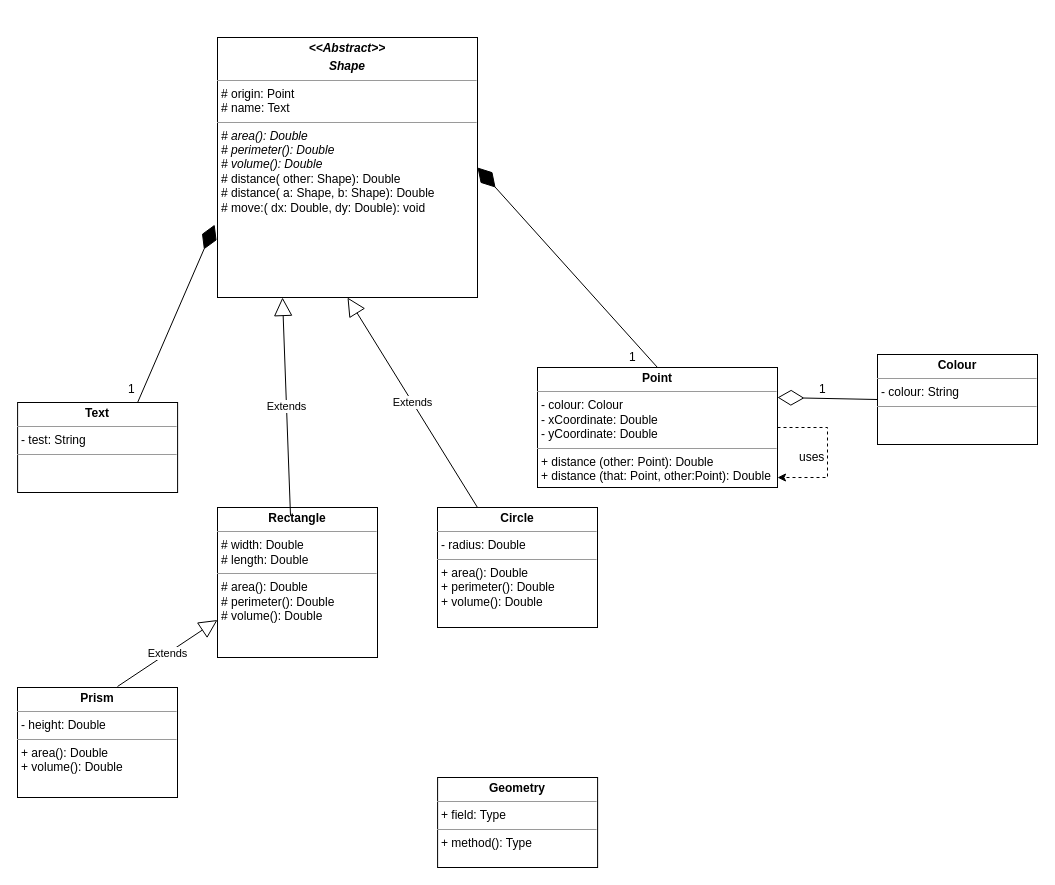
This is Ex1_Lab_04.drawio from Ensf607/Lab_04, a draw.io file, before an edit. Source tidied: cells renumbered, new cells numbered last; positions are measured from the earlier drawing's top-left corner, leaving out a move shared by most shapes. Both pictures are drawn from the tidied source at 100%, with x=0, y=0 at pixel (17, 37).
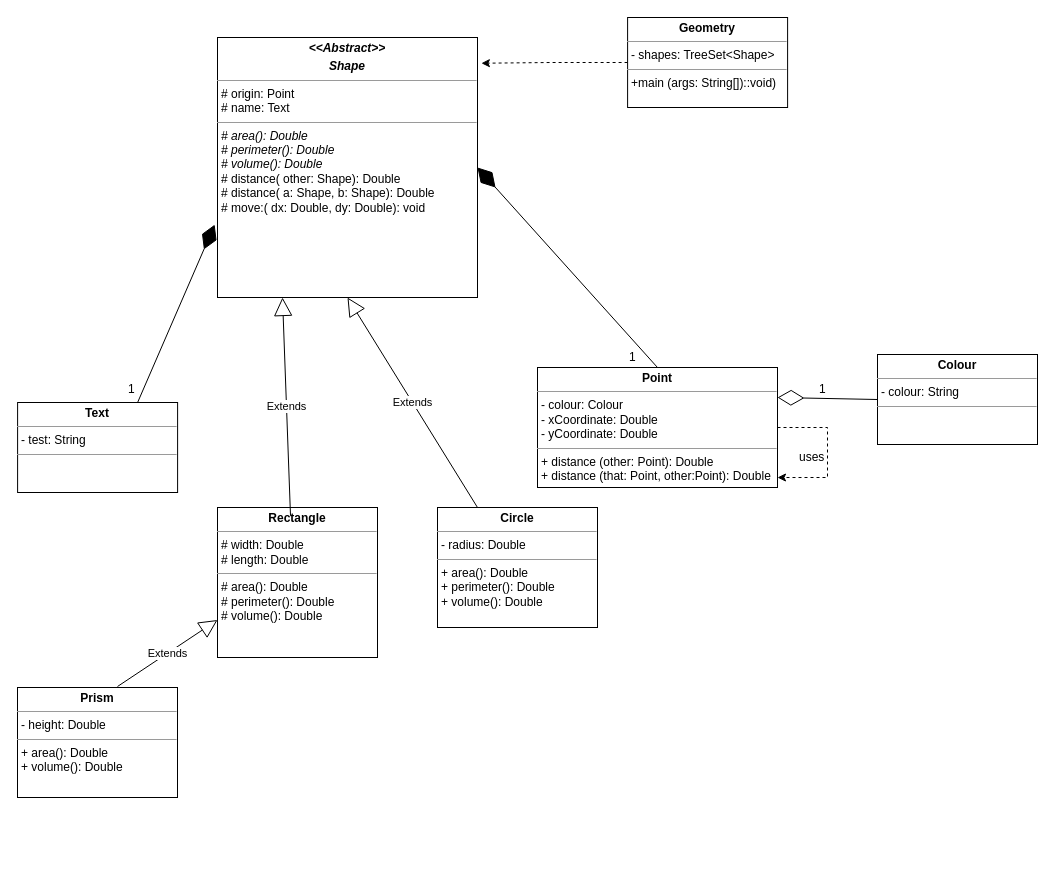
The same page after the edit.

Unchanged cells that the change refers to:
```xml
<mxCell id="8" value="&lt;p style=&quot;margin: 0px ; margin-top: 4px ; text-align: center&quot;&gt;&lt;b&gt;&lt;i&gt;&amp;lt;&amp;lt;Abstract&amp;gt;&amp;gt;&lt;/i&gt;&lt;/b&gt;&lt;/p&gt;&lt;p style=&quot;margin: 0px ; margin-top: 4px ; text-align: center&quot;&gt;&lt;b&gt;&lt;i&gt;Shape&lt;/i&gt;&lt;/b&gt;&lt;/p&gt;&lt;hr size=&quot;1&quot;&gt;&lt;p style=&quot;margin: 0px ; margin-left: 4px&quot;&gt;# origin: Point&lt;/p&gt;&lt;p style=&quot;margin: 0px ; margin-left: 4px&quot;&gt;# name: Text&lt;/p&gt;&lt;hr size=&quot;1&quot;&gt;&lt;p style=&quot;margin: 0px ; margin-left: 4px&quot;&gt;&lt;i&gt;# area(): Double&lt;/i&gt;&lt;/p&gt;&lt;p style=&quot;margin: 0px ; margin-left: 4px&quot;&gt;&lt;i&gt;# perimeter(): Double&lt;/i&gt;&lt;/p&gt;&lt;p style=&quot;margin: 0px ; margin-left: 4px&quot;&gt;&lt;i&gt;# volume(): Double&lt;/i&gt;&lt;/p&gt;&lt;p style=&quot;margin: 0px ; margin-left: 4px&quot;&gt;# distance( other: Shape): Double&lt;/p&gt;&lt;p style=&quot;margin: 0px ; margin-left: 4px&quot;&gt;# distance( a: Shape, b: Shape): Double&lt;/p&gt;&lt;p style=&quot;margin: 0px ; margin-left: 4px&quot;&gt;# move:( dx: Double, dy: Double): void&lt;/p&gt;" style="verticalAlign=top;align=left;overflow=fill;fontSize=12;fontFamily=Helvetica;html=1;" parent="1" vertex="1">
  <mxGeometry x="200" width="260" height="260" as="geometry" />
</mxCell>
```

What changed in the source:
```diff
@@
+    <mxCell id="21" style="edgeStyle=orthogonalEdgeStyle;rounded=0;jettySize=auto;html=1;exitX=0;exitY=0.5;exitDx=0;exitDy=0;entryX=1.015;entryY=0.099;entryDx=0;entryDy=0;entryPerimeter=0;dashed=1;" parent="1" edge="1" source="9" target="8">
+      <mxGeometry relative="1" as="geometry">
+        <Array as="points">
+          <mxPoint x="535" y="25" />
+          <mxPoint x="535" y="26" />
+        </Array>
+      </mxGeometry>
+    </mxCell>
-    <mxCell id="9" value="&lt;p style=&quot;margin: 0px ; margin-top: 4px ; text-align: center&quot;&gt;&lt;b&gt;Geometry&lt;/b&gt;&lt;/p&gt;&lt;hr size=&quot;1&quot;&gt;&lt;p style=&quot;margin: 0px ; margin-left: 4px&quot;&gt;+ field: Type&lt;/p&gt;&lt;hr size=&quot;1&quot;&gt;&lt;p style=&quot;margin: 0px ; margin-left: 4px&quot;&gt;+ method(): Type&lt;/p&gt;" style="verticalAlign=top;align=left;overflow=fill;fontSize=12;fontFamily=Helvetica;html=1;" parent="1" vertex="1">
-      <mxGeometry x="420.1" y="740" width="160" height="90" as="geometry" />
+    <mxCell id="9" value="&lt;p style=&quot;margin: 0px ; margin-top: 4px ; text-align: center&quot;&gt;&lt;b&gt;Geometry&lt;/b&gt;&lt;/p&gt;&lt;hr size=&quot;1&quot;&gt;&lt;p style=&quot;margin: 0px ; margin-left: 4px&quot;&gt;- shapes: TreeSet&amp;lt;Shape&amp;gt;&lt;/p&gt;&lt;hr size=&quot;1&quot;&gt;&lt;p style=&quot;margin: 0px ; margin-left: 4px&quot;&gt;+main (args: String[])::void)&lt;/p&gt;" style="verticalAlign=top;align=left;overflow=fill;fontSize=12;fontFamily=Helvetica;html=1;" parent="1" vertex="1">
+      <mxGeometry x="610.1" y="-20" width="160" height="90" as="geometry" />
     </mxCell>
```
